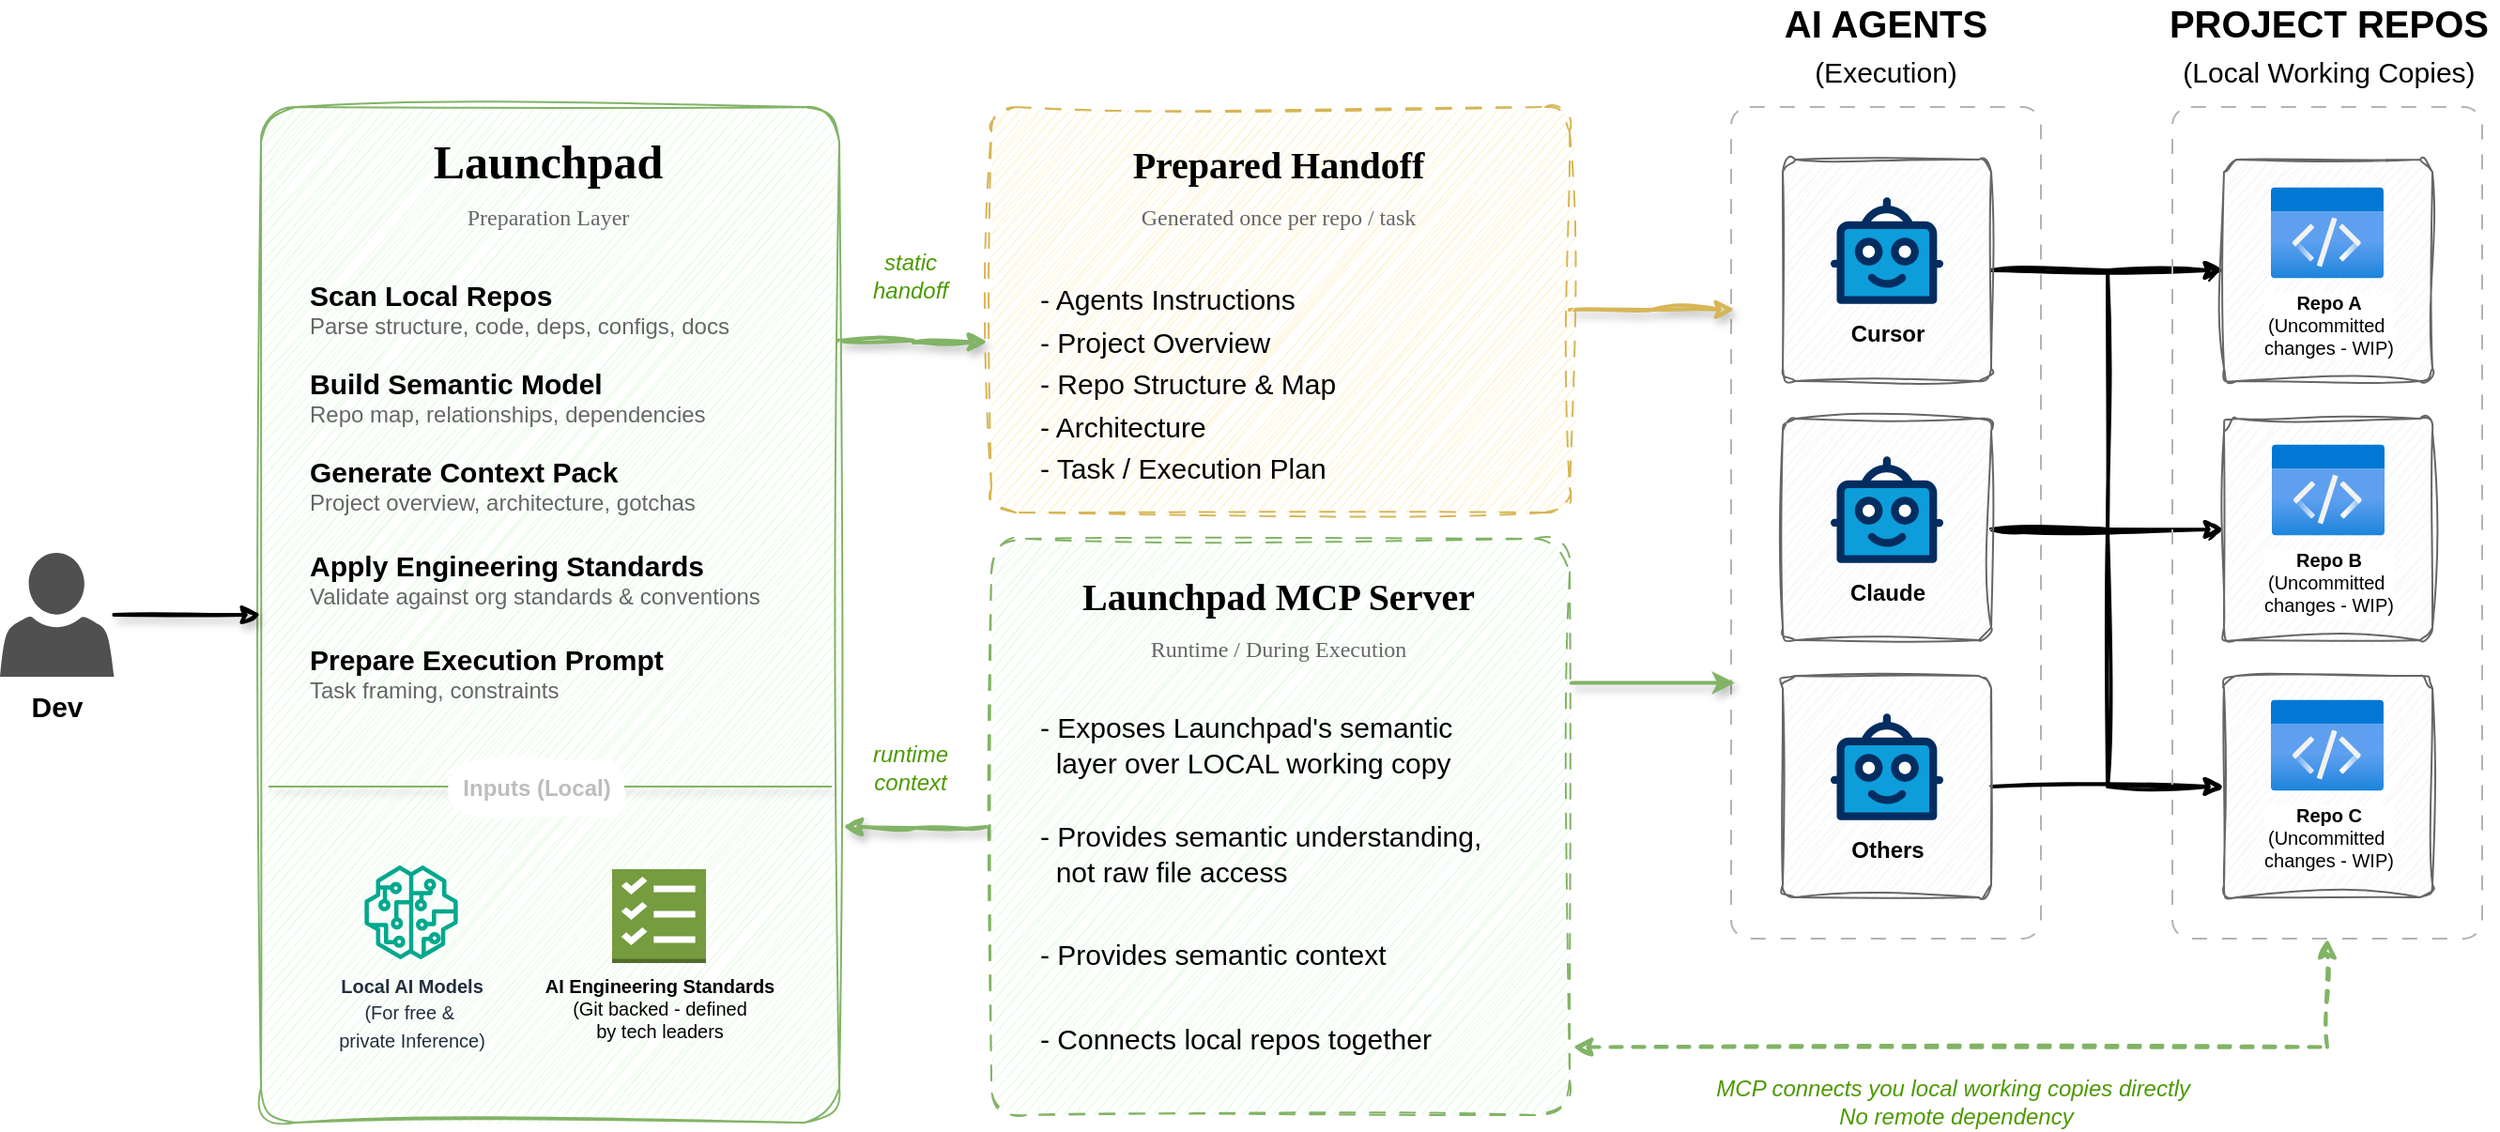
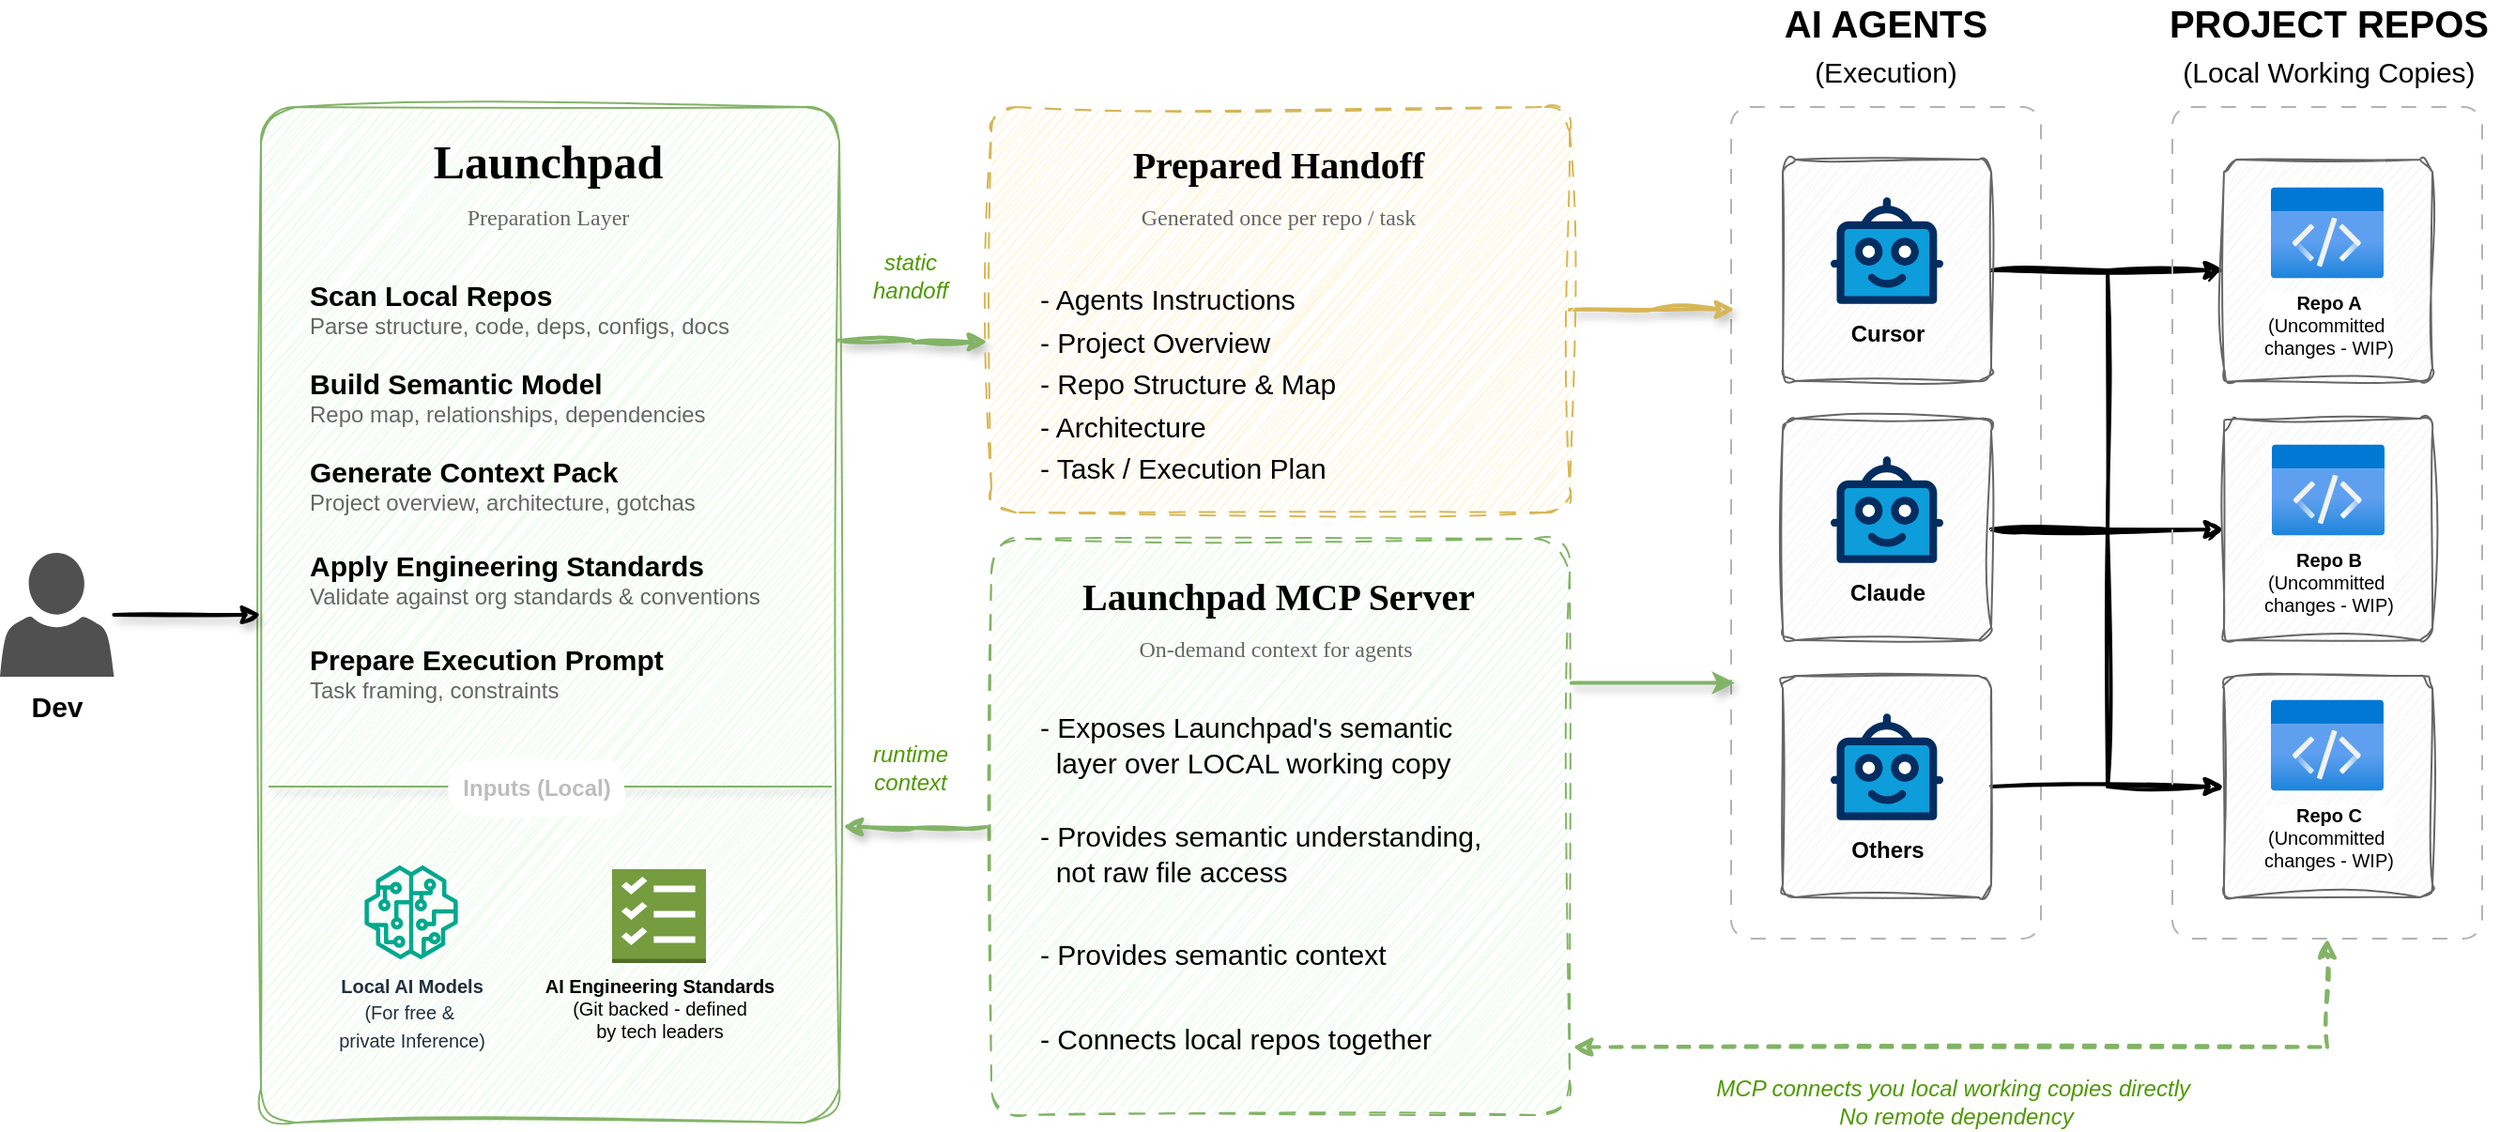
<mxfile host="Electron" agent="Mozilla/5.0 (Macintosh; Intel Mac OS X 10_15_7) AppleWebKit/537.36 (KHTML, like Gecko) draw.io/29.6.6 Chrome/144.0.7559.236 Electron/40.8.4 Safari/537.36" version="29.6.6">
  <diagram name="Page-1" id="bbn6ZVXPbfqbVU69uaXD">
-     <mxGraphModel dx="2009" dy="2631" grid="0" gridSize="10" guides="1" tooltips="1" connect="1" arrows="1" fold="1" page="0" pageScale="1" pageWidth="1100" pageHeight="850" math="0" shadow="0">
+     <mxGraphModel dx="1536" dy="2294" grid="0" gridSize="10" guides="1" tooltips="1" connect="1" arrows="1" fold="1" page="0" pageScale="1" pageWidth="1100" pageHeight="850" math="0" shadow="0">
      <root>
        <mxCell id="0" />
        <mxCell id="1" parent="0" />
        <mxCell id="9D1xDYoL0zsg5dpeP9gs-116" parent="1" style="rounded=1;whiteSpace=wrap;html=1;arcSize=6;glass=0;shadow=0;dashed=1;dashPattern=8 8;fillColor=none;fontColor=#333333;strokeColor=#B3B3B3;" value="" vertex="1">
          <mxGeometry height="443" width="165" x="1089" y="-772" as="geometry" />
        </mxCell>
        <mxCell id="9D1xDYoL0zsg5dpeP9gs-133" edge="1" parent="1" source="9D1xDYoL0zsg5dpeP9gs-110" style="edgeStyle=orthogonalEdgeStyle;rounded=0;orthogonalLoop=1;jettySize=auto;html=1;exitX=1;exitY=0.5;exitDx=0;exitDy=0;entryX=0;entryY=0.5;entryDx=0;entryDy=0;sketch=1;curveFitting=1;jiggle=2;strokeWidth=2;" target="9D1xDYoL0zsg5dpeP9gs-122">
          <mxGeometry relative="1" as="geometry" />
        </mxCell>
        <mxCell id="9D1xDYoL0zsg5dpeP9gs-110" parent="1" style="rounded=1;whiteSpace=wrap;html=1;arcSize=6;glass=0;shadow=0;fillColor=#f5f5f5;strokeColor=#666666;sketch=1;curveFitting=1;jiggle=2;fontColor=#333333;" value="" vertex="1">
          <mxGeometry height="118" width="111" x="1116.5" y="-744" as="geometry" />
        </mxCell>
        <mxCell id="9D1xDYoL0zsg5dpeP9gs-99" edge="1" parent="1" source="9D1xDYoL0zsg5dpeP9gs-71" style="edgeStyle=orthogonalEdgeStyle;rounded=0;orthogonalLoop=1;jettySize=auto;html=1;exitX=0.998;exitY=0.23;exitDx=0;exitDy=0;sketch=1;curveFitting=1;jiggle=2;shadow=1;fillColor=#d5e8d4;strokeColor=#82b366;exitPerimeter=0;strokeWidth=2;">
          <mxGeometry relative="1" as="geometry">
            <mxPoint x="693" y="-647" as="targetPoint" />
          </mxGeometry>
        </mxCell>
        <mxCell id="9D1xDYoL0zsg5dpeP9gs-71" parent="1" style="rounded=1;whiteSpace=wrap;html=1;arcSize=6;glass=0;shadow=0;fillColor=#E6FAE5;strokeColor=#82b366;sketch=1;curveFitting=1;jiggle=2;" value="" vertex="1">
          <mxGeometry height="541" width="308" x="306" y="-772" as="geometry" />
        </mxCell>
        <mxCell id="9D1xDYoL0zsg5dpeP9gs-74" connectable="0" parent="1" style="group" value="" vertex="1">
          <mxGeometry height="60" width="308" x="305" y="-758" as="geometry" />
        </mxCell>
        <mxCell id="9D1xDYoL0zsg5dpeP9gs-72" parent="9D1xDYoL0zsg5dpeP9gs-74" style="text;html=1;whiteSpace=wrap;strokeColor=none;fillColor=none;align=center;verticalAlign=middle;rounded=0;fontSize=25;fontFamily=Comic Sans MS;" value="&lt;b&gt;&lt;font&gt;Launchpad&lt;/font&gt;&lt;/b&gt;" vertex="1">
          <mxGeometry height="30" width="308" as="geometry" />
        </mxCell>
        <mxCell id="9D1xDYoL0zsg5dpeP9gs-73" parent="9D1xDYoL0zsg5dpeP9gs-74" style="text;html=1;whiteSpace=wrap;strokeColor=none;fillColor=none;align=center;verticalAlign=middle;rounded=0;fontFamily=Verdana;" value="&lt;font style=&quot;color: rgb(102, 102, 102);&quot;&gt;Preparation Layer&lt;/font&gt;" vertex="1">
          <mxGeometry height="30" width="308" y="30" as="geometry" />
        </mxCell>
        <mxCell id="9D1xDYoL0zsg5dpeP9gs-77" parent="1" style="text;html=1;whiteSpace=wrap;strokeColor=none;fillColor=none;align=left;verticalAlign=top;rounded=0;" value="&lt;b&gt;&lt;font style=&quot;font-size: 15px;&quot;&gt;Scan Local Repos&lt;/font&gt;&lt;/b&gt;&lt;div&gt;&lt;font style=&quot;color: rgb(102, 102, 102);&quot;&gt;Parse structure, code, deps, configs, docs&lt;/font&gt;&lt;/div&gt;&lt;div&gt;&lt;br&gt;&lt;/div&gt;&lt;div&gt;&lt;b&gt;&lt;font style=&quot;font-size: 15px;&quot;&gt;Build Semantic Model&lt;/font&gt;&lt;/b&gt;&lt;div&gt;&lt;font style=&quot;color: rgb(102, 102, 102);&quot;&gt;Repo map, relationships, dependencies&lt;/font&gt;&lt;/div&gt;&lt;div&gt;&lt;br&gt;&lt;/div&gt;&lt;div&gt;&lt;b&gt;&lt;font style=&quot;font-size: 15px;&quot;&gt;Generate Context Pack&lt;/font&gt;&lt;/b&gt;&lt;div&gt;&lt;font style=&quot;color: rgb(102, 102, 102);&quot;&gt;Project overview, architecture, gotchas&lt;/font&gt;&lt;/div&gt;&lt;b&gt;&lt;font style=&quot;font-size: 15px;&quot;&gt;&lt;br class=&quot;Apple-interchange-newline&quot;&gt;Apply Engineering Standards&lt;/font&gt;&lt;/b&gt;&lt;div&gt;&lt;font style=&quot;color: rgb(102, 102, 102);&quot;&gt;Validate against org standards &amp;amp; conventions&lt;/font&gt;&lt;/div&gt;&lt;/div&gt;&lt;/div&gt;&lt;div&gt;&lt;font style=&quot;color: rgb(102, 102, 102);&quot;&gt;&lt;b style=&quot;color: rgb(0, 0, 0);&quot;&gt;&lt;font style=&quot;font-size: 15px;&quot;&gt;&lt;br class=&quot;Apple-interchange-newline&quot;&gt;Prepare Execution Prompt&lt;/font&gt;&lt;/b&gt;&lt;div style=&quot;color: rgb(0, 0, 0);&quot;&gt;&lt;font style=&quot;color: rgb(102, 102, 102);&quot;&gt;Task framing, constraints&lt;/font&gt;&lt;/div&gt;&lt;/font&gt;&lt;/div&gt;" vertex="1">
          <mxGeometry height="242" width="258" x="330" y="-687" as="geometry" />
        </mxCell>
        <mxCell id="9D1xDYoL0zsg5dpeP9gs-82" edge="1" parent="1" style="endArrow=none;html=1;rounded=0;fillColor=#d5e8d4;strokeColor=#82b366;strokeWidth=1;shadow=1;" value="">
          <mxGeometry height="50" relative="1" width="50" as="geometry">
            <mxPoint x="310" y="-410" as="sourcePoint" />
            <mxPoint x="610" y="-410" as="targetPoint" />
          </mxGeometry>
        </mxCell>
        <mxCell id="9D1xDYoL0zsg5dpeP9gs-84" parent="1" style="sketch=0;outlineConnect=0;fontColor=#232F3E;gradientColor=none;fillColor=#01A88D;strokeColor=none;dashed=0;verticalLabelPosition=bottom;verticalAlign=top;align=center;html=1;fontSize=12;fontStyle=0;aspect=fixed;pointerEvents=1;shape=mxgraph.aws4.sagemaker_model;" value="&lt;font style=&quot;font-size: 10px;&quot;&gt;&lt;b&gt;Local AI Models&lt;/b&gt;&lt;/font&gt;&lt;div&gt;&lt;font style=&quot;font-size: 10px;&quot;&gt;(For free &amp;amp;&amp;nbsp;&lt;/font&gt;&lt;/div&gt;&lt;div&gt;&lt;font style=&quot;font-size: 10px;&quot;&gt;private Inference)&lt;/font&gt;&lt;/div&gt;" vertex="1">
          <mxGeometry height="50" width="50" x="361" y="-368" as="geometry" />
        </mxCell>
        <mxCell id="9D1xDYoL0zsg5dpeP9gs-86" parent="1" style="outlineConnect=0;dashed=0;verticalLabelPosition=bottom;verticalAlign=top;align=center;html=1;shape=mxgraph.aws3.checklist;fillColor=#759C3E;gradientColor=none;fontSize=10;" value="&lt;b&gt;AI Engineering Standards&lt;/b&gt;&lt;div&gt;(Git backed - defined&lt;/div&gt;&lt;div&gt;by&amp;nbsp;&lt;span style=&quot;background-color: transparent; color: light-dark(rgb(0, 0, 0), rgb(255, 255, 255));&quot;&gt;tech leaders&lt;/span&gt;&lt;/div&gt;" vertex="1">
          <mxGeometry height="50" width="50" x="493" y="-366" as="geometry" />
        </mxCell>
        <mxCell id="9D1xDYoL0zsg5dpeP9gs-88" edge="1" parent="1" source="9D1xDYoL0zsg5dpeP9gs-87" style="edgeStyle=orthogonalEdgeStyle;rounded=0;orthogonalLoop=1;jettySize=auto;html=1;entryX=0;entryY=0.5;entryDx=0;entryDy=0;sketch=1;curveFitting=1;jiggle=2;strokeWidth=2;shadow=1;" target="9D1xDYoL0zsg5dpeP9gs-71">
          <mxGeometry relative="1" as="geometry" />
        </mxCell>
        <mxCell id="9D1xDYoL0zsg5dpeP9gs-87" parent="1" style="sketch=0;pointerEvents=1;shadow=0;dashed=0;html=1;strokeColor=none;fillColor=#505050;labelPosition=center;verticalLabelPosition=bottom;verticalAlign=top;outlineConnect=0;align=center;shape=mxgraph.office.users.user;aspect=fixed;fontSize=15;" value="&lt;b&gt;Dev&lt;/b&gt;" vertex="1">
          <mxGeometry height="66" width="60.72" x="167" y="-534.5" as="geometry" />
        </mxCell>
        <mxCell id="9D1xDYoL0zsg5dpeP9gs-93" parent="1" style="text;html=1;whiteSpace=wrap;align=center;verticalAlign=middle;rounded=1;fillColor=default;sketch=1;curveFitting=1;jiggle=2;arcSize=50;fontStyle=1;fontColor=#BDBDBD;" value="Inputs (Local)" vertex="1">
          <mxGeometry height="30" width="94" x="405.5" y="-424" as="geometry" />
        </mxCell>
        <mxCell id="9D1xDYoL0zsg5dpeP9gs-119" edge="1" parent="1" source="9D1xDYoL0zsg5dpeP9gs-94" style="edgeStyle=orthogonalEdgeStyle;rounded=0;orthogonalLoop=1;jettySize=auto;html=1;exitX=1;exitY=0.5;exitDx=0;exitDy=0;shadow=1;strokeWidth=2;fillColor=#fff2cc;strokeColor=#d6b656;sketch=1;curveFitting=1;jiggle=2;">
          <mxGeometry relative="1" as="geometry">
            <mxPoint x="1091" y="-664.1111111111113" as="targetPoint" />
          </mxGeometry>
        </mxCell>
        <mxCell id="9D1xDYoL0zsg5dpeP9gs-94" parent="1" style="rounded=1;whiteSpace=wrap;html=1;arcSize=6;glass=0;shadow=0;fillColor=#fff2cc;strokeColor=#d6b656;sketch=1;curveFitting=1;jiggle=2;dashed=1;dashPattern=8 8;" value="" vertex="1">
          <mxGeometry height="216" width="308" x="695" y="-772" as="geometry" />
        </mxCell>
        <mxCell id="9D1xDYoL0zsg5dpeP9gs-95" connectable="0" parent="1" style="group" value="" vertex="1">
          <mxGeometry height="60" width="308" x="694" y="-758" as="geometry" />
        </mxCell>
        <mxCell id="9D1xDYoL0zsg5dpeP9gs-96" parent="9D1xDYoL0zsg5dpeP9gs-95" style="text;html=1;whiteSpace=wrap;strokeColor=none;fillColor=none;align=center;verticalAlign=middle;rounded=0;fontSize=25;fontFamily=Comic Sans MS;" value="&lt;b&gt;&lt;font style=&quot;font-size: 20px;&quot;&gt;Prepared Handoff&lt;/font&gt;&lt;/b&gt;" vertex="1">
          <mxGeometry height="30" width="308" as="geometry" />
        </mxCell>
        <mxCell id="9D1xDYoL0zsg5dpeP9gs-97" parent="9D1xDYoL0zsg5dpeP9gs-95" style="text;html=1;whiteSpace=wrap;strokeColor=none;fillColor=none;align=center;verticalAlign=middle;rounded=0;fontFamily=Verdana;" value="&lt;font style=&quot;color: rgb(102, 102, 102);&quot;&gt;Generated once per repo / task&lt;/font&gt;" vertex="1">
          <mxGeometry height="30" width="308" y="30" as="geometry" />
        </mxCell>
        <mxCell id="9D1xDYoL0zsg5dpeP9gs-98" parent="1" style="text;html=1;whiteSpace=wrap;strokeColor=none;fillColor=none;align=left;verticalAlign=top;rounded=0;fontStyle=0" value="&lt;div style=&quot;line-height: 150%;&quot;&gt;&lt;span style=&quot;font-size: 15px; line-height: 150%;&quot;&gt;&lt;span&gt;- Agents Instructions&lt;/span&gt;&lt;/span&gt;&lt;div&gt;&lt;span style=&quot;font-size: 15px; line-height: 150%;&quot;&gt;&lt;span&gt;- Project Overview&lt;/span&gt;&lt;/span&gt;&lt;/div&gt;&lt;div&gt;&lt;span style=&quot;font-size: 15px; line-height: 150%;&quot;&gt;&lt;span&gt;- Repo Structure &amp;amp; Map&lt;br&gt;&lt;/span&gt;&lt;/span&gt;&lt;/div&gt;&lt;div&gt;&lt;span style=&quot;font-size: 15px; line-height: 150%;&quot;&gt;&lt;span&gt;- Architecture&lt;/span&gt;&lt;/span&gt;&lt;/div&gt;&lt;div&gt;&lt;span style=&quot;font-size: 15px; line-height: 150%;&quot;&gt;&lt;span&gt;- Task / Execution Plan&lt;/span&gt;&lt;/span&gt;&lt;/div&gt;&lt;/div&gt;" vertex="1">
          <mxGeometry height="121" width="258" x="719" y="-687" as="geometry" />
        </mxCell>
        <mxCell id="9D1xDYoL0zsg5dpeP9gs-120" edge="1" parent="1" source="9D1xDYoL0zsg5dpeP9gs-100" style="edgeStyle=orthogonalEdgeStyle;rounded=0;orthogonalLoop=1;jettySize=auto;html=1;exitX=1;exitY=0.25;exitDx=0;exitDy=0;shadow=1;strokeWidth=2;fillColor=#d5e8d4;strokeColor=#82b366;">
          <mxGeometry relative="1" as="geometry">
            <mxPoint x="1091" y="-465.2222222222222" as="targetPoint" />
          </mxGeometry>
        </mxCell>
        <mxCell id="9D1xDYoL0zsg5dpeP9gs-138" edge="1" parent="1" source="9D1xDYoL0zsg5dpeP9gs-100" style="edgeStyle=orthogonalEdgeStyle;rounded=0;orthogonalLoop=1;jettySize=auto;html=1;exitX=1.005;exitY=0.882;exitDx=0;exitDy=0;entryX=0.5;entryY=1;entryDx=0;entryDy=0;exitPerimeter=0;startArrow=classic;startFill=1;strokeWidth=2;fillColor=#d5e8d4;strokeColor=#82b366;dashed=1;sketch=1;curveFitting=1;jiggle=2;" target="9D1xDYoL0zsg5dpeP9gs-121">
          <mxGeometry relative="1" as="geometry" />
        </mxCell>
        <mxCell id="9D1xDYoL0zsg5dpeP9gs-100" parent="1" style="rounded=1;whiteSpace=wrap;html=1;arcSize=6;glass=0;shadow=0;fillColor=#E6FAE5;strokeColor=#82b366;sketch=1;curveFitting=1;jiggle=2;dashed=1;dashPattern=8 8;" value="" vertex="1">
          <mxGeometry height="307" width="308" x="695" y="-542" as="geometry" />
        </mxCell>
        <mxCell id="9D1xDYoL0zsg5dpeP9gs-101" connectable="0" parent="1" style="group" value="" vertex="1">
          <mxGeometry height="60" width="308" x="694" y="-528" as="geometry" />
        </mxCell>
        <mxCell id="9D1xDYoL0zsg5dpeP9gs-102" parent="9D1xDYoL0zsg5dpeP9gs-101" style="text;html=1;whiteSpace=wrap;strokeColor=none;fillColor=none;align=center;verticalAlign=middle;rounded=0;fontSize=25;fontFamily=Comic Sans MS;" value="&lt;b&gt;&lt;font style=&quot;font-size: 20px;&quot;&gt;Launchpad MCP Server&lt;/font&gt;&lt;/b&gt;" vertex="1">
          <mxGeometry height="30" width="308" as="geometry" />
        </mxCell>
-         <mxCell id="9D1xDYoL0zsg5dpeP9gs-103" parent="9D1xDYoL0zsg5dpeP9gs-101" style="text;html=1;whiteSpace=wrap;strokeColor=none;fillColor=none;align=center;verticalAlign=middle;rounded=0;fontFamily=Verdana;" value="&lt;font style=&quot;color: rgb(102, 102, 102);&quot;&gt;Runtime / During Execution&lt;/font&gt;" vertex="1">
+         <mxCell id="9D1xDYoL0zsg5dpeP9gs-103" parent="9D1xDYoL0zsg5dpeP9gs-101" style="text;html=1;whiteSpace=wrap;strokeColor=none;fillColor=none;align=center;verticalAlign=middle;rounded=0;fontFamily=Verdana;" value="&lt;font style=&quot;color: rgb(102, 102, 102);&quot;&gt;On-demand context for agents&amp;nbsp;&lt;/font&gt;" vertex="1">
          <mxGeometry height="30" width="308" y="30" as="geometry" />
        </mxCell>
        <mxCell id="9D1xDYoL0zsg5dpeP9gs-104" parent="1" style="text;html=1;whiteSpace=wrap;strokeColor=none;fillColor=none;align=left;verticalAlign=top;rounded=0;fontStyle=0" value="&lt;div style=&quot;line-height: 150%;&quot;&gt;&lt;span style=&quot;line-height: 150%;&quot;&gt;&lt;span style=&quot;font-size: 15px;&quot;&gt;- Exposes Launchpad&#39;s semantic&lt;/span&gt;&lt;br&gt;&lt;span style=&quot;font-size: 15px;&quot;&gt;&amp;nbsp; layer over LOCAL working copy&lt;/span&gt;&lt;br&gt;&lt;font style=&quot;font-size: 5px;&quot;&gt;&amp;nbsp;&lt;/font&gt;&lt;/span&gt;&lt;/div&gt;&lt;div style=&quot;line-height: 150%;&quot;&gt;&lt;span style=&quot;line-height: 150%;&quot;&gt;&lt;span style=&quot;font-size: 15px;&quot;&gt;- Provides semantic understanding,&lt;/span&gt;&lt;/span&gt;&lt;/div&gt;&lt;div style=&quot;line-height: 150%;&quot;&gt;&lt;span style=&quot;line-height: 150%;&quot;&gt;&lt;span style=&quot;font-size: 15px;&quot;&gt;&amp;nbsp; not raw file access&lt;/span&gt;&lt;/span&gt;&lt;/div&gt;&lt;div style=&quot;line-height: 150%;&quot;&gt;&lt;span style=&quot;line-height: 150%;&quot;&gt;&lt;font style=&quot;font-size: 5px;&quot;&gt;&amp;nbsp;&lt;/font&gt;&lt;/span&gt;&lt;span style=&quot;font-size: 15px; line-height: 150%;&quot;&gt;&amp;nbsp;&lt;br&gt;&lt;/span&gt;&lt;div&gt;&lt;/div&gt;&lt;/div&gt;&lt;div style=&quot;line-height: 150%;&quot;&gt;&lt;span style=&quot;font-size: 15px; line-height: 150%;&quot;&gt;- Provides semantic context&lt;i&gt;&lt;br&gt;&lt;br&gt;&lt;/i&gt;&lt;/span&gt;&lt;/div&gt;&lt;div style=&quot;line-height: 150%;&quot;&gt;&lt;span style=&quot;font-size: 15px; line-height: 150%;&quot;&gt;- Connects local repos together&lt;/span&gt;&lt;/div&gt;&lt;div style=&quot;line-height: 150%;&quot;&gt;&lt;br&gt;&lt;/div&gt;" vertex="1">
          <mxGeometry height="208" width="258" x="719" y="-457" as="geometry" />
        </mxCell>
        <mxCell id="9D1xDYoL0zsg5dpeP9gs-108" edge="1" parent="1" style="edgeStyle=orthogonalEdgeStyle;rounded=0;orthogonalLoop=1;jettySize=auto;html=1;exitX=0;exitY=0.5;exitDx=0;exitDy=0;entryX=1.016;entryY=0.765;entryDx=0;entryDy=0;entryPerimeter=0;strokeWidth=2;fillColor=#d5e8d4;strokeColor=#82b366;sketch=1;curveFitting=1;jiggle=2;shadow=1;">
          <mxGeometry relative="1" as="geometry">
            <mxPoint x="692" y="-388.5" as="sourcePoint" />
            <mxPoint x="615.9279999999999" y="-388.7350000000001" as="targetPoint" />
          </mxGeometry>
        </mxCell>
        <mxCell id="9D1xDYoL0zsg5dpeP9gs-109" parent="1" style="verticalLabelPosition=bottom;aspect=fixed;html=1;shape=mxgraph.salesforce.bots;fillColorStyles=fillColor2,fillColor3,fillColor4;fillColor2=#032d60;fillColor3=#009900;fillColor4=#ffffff;fillColor=none;strokeColor=none;spacingTop=-25;spacing=0;fontStyle=1" value="Cursor" vertex="1">
          <mxGeometry height="57" width="60" x="1142" y="-724" as="geometry" />
        </mxCell>
        <mxCell id="9D1xDYoL0zsg5dpeP9gs-134" edge="1" parent="1" source="9D1xDYoL0zsg5dpeP9gs-112" style="edgeStyle=orthogonalEdgeStyle;rounded=0;orthogonalLoop=1;jettySize=auto;html=1;exitX=1;exitY=0.5;exitDx=0;exitDy=0;entryX=0;entryY=0.5;entryDx=0;entryDy=0;sketch=1;curveFitting=1;jiggle=2;strokeWidth=2;" target="9D1xDYoL0zsg5dpeP9gs-124">
          <mxGeometry relative="1" as="geometry" />
        </mxCell>
        <mxCell id="9D1xDYoL0zsg5dpeP9gs-136" edge="1" parent="1" source="9D1xDYoL0zsg5dpeP9gs-112" style="edgeStyle=orthogonalEdgeStyle;rounded=0;orthogonalLoop=1;jettySize=auto;html=1;exitX=1;exitY=0.5;exitDx=0;exitDy=0;entryX=0;entryY=0.5;entryDx=0;entryDy=0;sketch=1;curveFitting=1;jiggle=2;strokeWidth=2;" target="9D1xDYoL0zsg5dpeP9gs-122">
          <mxGeometry relative="1" as="geometry" />
        </mxCell>
        <mxCell id="9D1xDYoL0zsg5dpeP9gs-137" edge="1" parent="1" source="9D1xDYoL0zsg5dpeP9gs-112" style="edgeStyle=orthogonalEdgeStyle;rounded=0;orthogonalLoop=1;jettySize=auto;html=1;exitX=1;exitY=0.5;exitDx=0;exitDy=0;entryX=0;entryY=0.5;entryDx=0;entryDy=0;sketch=1;curveFitting=1;jiggle=2;strokeWidth=2;" target="9D1xDYoL0zsg5dpeP9gs-126">
          <mxGeometry relative="1" as="geometry" />
        </mxCell>
        <mxCell id="9D1xDYoL0zsg5dpeP9gs-112" parent="1" style="rounded=1;whiteSpace=wrap;html=1;arcSize=6;glass=0;shadow=0;fillColor=#f5f5f5;strokeColor=#666666;sketch=1;curveFitting=1;jiggle=2;fontColor=#333333;" value="" vertex="1">
          <mxGeometry height="118" width="111" x="1116.5" y="-606" as="geometry" />
        </mxCell>
        <mxCell id="9D1xDYoL0zsg5dpeP9gs-113" parent="1" style="verticalLabelPosition=bottom;aspect=fixed;html=1;shape=mxgraph.salesforce.bots;fillColorStyles=fillColor2,fillColor3,fillColor4;fillColor2=#032d60;fillColor3=#FFB570;fillColor4=#ffffff;fillColor=none;strokeColor=none;spacingTop=-25;spacing=0;fontStyle=1" value="Claude" vertex="1">
          <mxGeometry height="57" width="60" x="1142" y="-586" as="geometry" />
        </mxCell>
        <mxCell id="9D1xDYoL0zsg5dpeP9gs-135" edge="1" parent="1" source="9D1xDYoL0zsg5dpeP9gs-114" style="edgeStyle=orthogonalEdgeStyle;rounded=0;orthogonalLoop=1;jettySize=auto;html=1;exitX=1;exitY=0.5;exitDx=0;exitDy=0;entryX=0;entryY=0.5;entryDx=0;entryDy=0;sketch=1;curveFitting=1;jiggle=2;strokeWidth=2;" target="9D1xDYoL0zsg5dpeP9gs-126">
          <mxGeometry relative="1" as="geometry" />
        </mxCell>
        <mxCell id="9D1xDYoL0zsg5dpeP9gs-114" parent="1" style="rounded=1;whiteSpace=wrap;html=1;arcSize=6;glass=0;shadow=0;fillColor=#f5f5f5;strokeColor=#666666;sketch=1;curveFitting=1;jiggle=2;fontColor=#333333;" value="" vertex="1">
          <mxGeometry height="118" width="111" x="1116.5" y="-469" as="geometry" />
        </mxCell>
        <mxCell id="9D1xDYoL0zsg5dpeP9gs-115" parent="1" style="verticalLabelPosition=bottom;aspect=fixed;html=1;shape=mxgraph.salesforce.bots;fillColorStyles=fillColor2,fillColor3,fillColor4;fillColor2=#032d60;fillColor3=#BDBDBD;fillColor4=#ffffff;fillColor=none;strokeColor=none;spacingTop=-25;spacing=0;fontStyle=1" value="Others" vertex="1">
          <mxGeometry height="57" width="60" x="1142" y="-449" as="geometry" />
        </mxCell>
        <mxCell id="9D1xDYoL0zsg5dpeP9gs-117" parent="1" style="text;html=1;whiteSpace=wrap;strokeColor=none;fillColor=none;align=center;verticalAlign=middle;rounded=0;fontSize=20;" value="&lt;b&gt;AI AGENTS&lt;/b&gt;&lt;div&gt;&lt;font style=&quot;font-size: 15px;&quot;&gt;(Execution)&lt;/font&gt;&lt;/div&gt;" vertex="1">
          <mxGeometry height="30" width="143" x="1100" y="-820" as="geometry" />
        </mxCell>
        <mxCell id="9D1xDYoL0zsg5dpeP9gs-121" parent="1" style="rounded=1;whiteSpace=wrap;html=1;arcSize=6;glass=0;shadow=0;dashed=1;dashPattern=8 8;fillColor=none;fontColor=#333333;strokeColor=#B3B3B3;" value="" vertex="1">
          <mxGeometry height="443" width="165" x="1324" y="-772" as="geometry" />
        </mxCell>
        <mxCell id="9D1xDYoL0zsg5dpeP9gs-122" parent="1" style="rounded=1;whiteSpace=wrap;html=1;arcSize=6;glass=0;shadow=0;fillColor=#f5f5f5;strokeColor=#666666;sketch=1;curveFitting=1;jiggle=2;fontColor=#333333;" value="" vertex="1">
          <mxGeometry height="118" width="111" x="1351.5" y="-744" as="geometry" />
        </mxCell>
        <mxCell id="9D1xDYoL0zsg5dpeP9gs-124" parent="1" style="rounded=1;whiteSpace=wrap;html=1;arcSize=6;glass=0;shadow=0;fillColor=#f5f5f5;strokeColor=#666666;sketch=1;curveFitting=1;jiggle=2;fontColor=#333333;" value="" vertex="1">
          <mxGeometry height="118" width="111" x="1351.5" y="-606" as="geometry" />
        </mxCell>
        <mxCell id="9D1xDYoL0zsg5dpeP9gs-126" parent="1" style="rounded=1;whiteSpace=wrap;html=1;arcSize=6;glass=0;shadow=0;fillColor=#f5f5f5;strokeColor=#666666;sketch=1;curveFitting=1;jiggle=2;fontColor=#333333;" value="" vertex="1">
          <mxGeometry height="118" width="111" x="1351.5" y="-469" as="geometry" />
        </mxCell>
        <mxCell id="9D1xDYoL0zsg5dpeP9gs-128" parent="1" style="text;html=1;whiteSpace=wrap;strokeColor=none;fillColor=none;align=center;verticalAlign=middle;rounded=0;fontSize=20;" value="&lt;b&gt;PROJECT REPOS&lt;/b&gt;&lt;div&gt;&lt;font style=&quot;font-size: 15px;&quot;&gt;(Local Working Copies)&lt;/font&gt;&lt;/div&gt;" vertex="1">
          <mxGeometry height="30" width="181" x="1316.5" y="-820" as="geometry" />
        </mxCell>
        <mxCell id="9D1xDYoL0zsg5dpeP9gs-130" parent="1" style="image;html=1;points=[];align=center;fontSize=10;image=img/lib/azure2/general/Code.svg;imageBackground=none;" value="&lt;b&gt;Repo A&lt;/b&gt;&lt;div&gt;(Uncommitted&amp;nbsp;&lt;/div&gt;&lt;div&gt;changes - WIP)&lt;/div&gt;" vertex="1">
          <mxGeometry height="50" width="60" x="1376.5" y="-730" as="geometry" />
        </mxCell>
        <mxCell id="9D1xDYoL0zsg5dpeP9gs-131" parent="1" style="image;html=1;points=[];align=center;fontSize=10;image=img/lib/azure2/general/Code.svg;imageBackground=none;" value="&lt;b&gt;Repo B&lt;/b&gt;&lt;div&gt;(Uncommitted&amp;nbsp;&lt;/div&gt;&lt;div&gt;changes - WIP)&lt;/div&gt;" vertex="1">
          <mxGeometry height="50" width="60" x="1377" y="-593" as="geometry" />
        </mxCell>
        <mxCell id="9D1xDYoL0zsg5dpeP9gs-132" parent="1" style="image;html=1;points=[];align=center;fontSize=10;image=img/lib/azure2/general/Code.svg;imageBackground=none;" value="&lt;b&gt;Repo C&lt;/b&gt;&lt;div&gt;(Uncommitted&amp;nbsp;&lt;/div&gt;&lt;div&gt;changes - WIP)&lt;/div&gt;" vertex="1">
          <mxGeometry height="50" width="60" x="1376.5" y="-457" as="geometry" />
        </mxCell>
        <mxCell id="9D1xDYoL0zsg5dpeP9gs-139" parent="1" style="text;html=1;whiteSpace=wrap;strokeColor=none;fillColor=none;align=center;verticalAlign=middle;rounded=0;fontColor=#4D9900;fontStyle=2" value="static handoff" vertex="1">
          <mxGeometry height="30" width="60" x="622" y="-697" as="geometry" />
        </mxCell>
        <mxCell id="9D1xDYoL0zsg5dpeP9gs-140" parent="1" style="text;html=1;whiteSpace=wrap;strokeColor=none;fillColor=none;align=center;verticalAlign=middle;rounded=0;fontColor=#4D9900;fontStyle=2" value="runtime&lt;div&gt;context&lt;/div&gt;" vertex="1">
          <mxGeometry height="30" width="60" x="622" y="-435.5" as="geometry" />
        </mxCell>
        <mxCell id="9D1xDYoL0zsg5dpeP9gs-141" parent="1" style="text;html=1;whiteSpace=wrap;strokeColor=none;fillColor=none;align=center;verticalAlign=middle;rounded=0;fontColor=#4D9900;fontStyle=2" value="MCP connects you local working copies directly&amp;nbsp;&lt;div&gt;No remote dependency&lt;/div&gt;" vertex="1">
          <mxGeometry height="30" width="260" x="1079" y="-257" as="geometry" />
        </mxCell>
      </root>
    </mxGraphModel>
  </diagram>
</mxfile>
